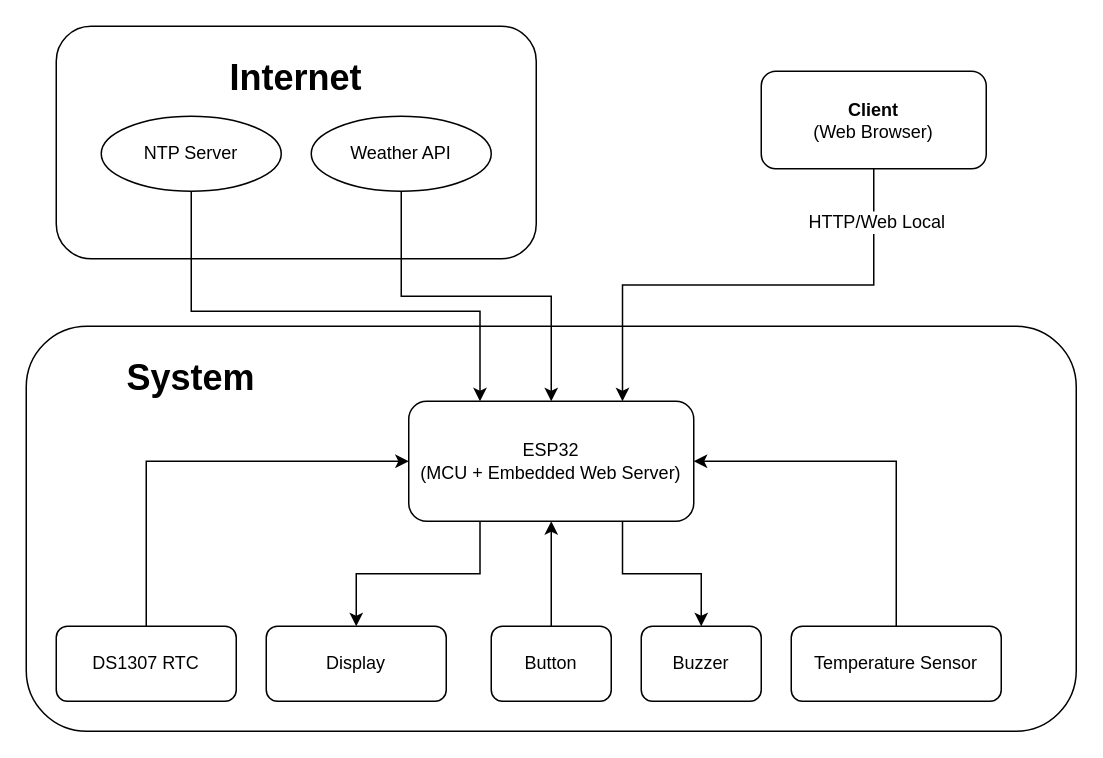
The draw.io diagram docs/block_diagram.drawio in lgdlong/digital-clock-iot-g1, before the edit. Source tidied: cells renumbered, new cells numbered last; positions are measured from the earlier drawing's top-left corner, leaving out a move shared by most shapes. Both pictures are drawn from the tidied source at 150%, with x=0, y=0 at pixel (26, 26).
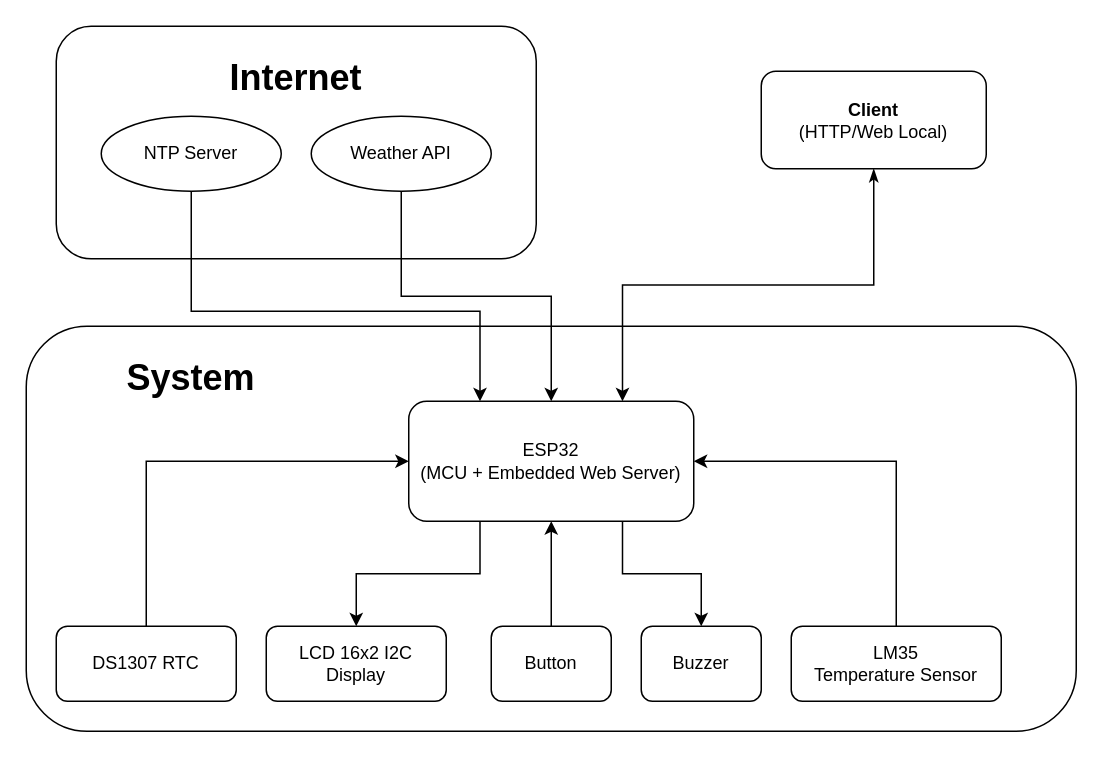
The same diagram, later.

Commit message (it also covers changes not shown here):
Update block diagram version and enhance component labels in documentation

Unchanged cells that the change refers to:
```xml
<mxCell id="6" value="ESP32&lt;br&gt;(MCU + Embedded Web Server)" style="rounded=1;whiteSpace=wrap;html=1;" parent="1" vertex="1">
  <mxGeometry x="255" y="250" width="190" height="80" as="geometry" />
</mxCell>
```

The edit, as a diff of the source:
```diff
@@
-    <mxCell id="10" value="Temperature Sensor" style="rounded=1;whiteSpace=wrap;html=1;" parent="1" vertex="1">
+    <mxCell id="10" value="LM35&lt;br&gt;Temperature Sensor" style="rounded=1;whiteSpace=wrap;html=1;" parent="1" vertex="1">
       <mxGeometry x="510" y="400" width="140" height="50" as="geometry" />
     </mxCell>
-    <mxCell id="11" value="Display" style="rounded=1;whiteSpace=wrap;html=1;" parent="1" vertex="1">
+    <mxCell id="11" value="LCD 16x2 I2C&lt;br&gt;Display" style="rounded=1;whiteSpace=wrap;html=1;" parent="1" vertex="1">
       <mxGeometry x="160" y="400" width="120" height="50" as="geometry" />
     </mxCell>
@@
-    <mxCell id="21" style="edgeStyle=orthogonalEdgeStyle;rounded=0;jettySize=auto;html=1;exitX=0.5;exitY=1;exitDx=0;exitDy=0;entryX=0.75;entryY=0;entryDx=0;entryDy=0;" parent="1" edge="1" source="23" target="6">
+    <mxCell id="21" style="edgeStyle=orthogonalEdgeStyle;rounded=0;jettySize=auto;html=1;exitX=0.5;exitY=1;exitDx=0;exitDy=0;entryX=0.75;entryY=0;entryDx=0;entryDy=0;startArrow=classicThin;startFill=1;" parent="1" edge="1" source="23" target="6">
       <mxGeometry relative="1" as="geometry" />
     </mxCell>
-    <mxCell id="22" value="&lt;font style=&quot;font-size: 12px;&quot;&gt;HTTP/Web Local&lt;/font&gt;" style="edgeLabel;html=1;align=center;verticalAlign=middle;" parent="21" vertex="1">
-      <mxGeometry x="0.05" y="1" relative="1" as="geometry">
-        <mxPoint x="93" y="-43" as="offset" />
-      </mxGeometry>
-    </mxCell>
-    <mxCell id="23" value="&lt;font style=&quot;font-size: 12px;&quot;&gt;&lt;b style=&quot;&quot;&gt;Client&lt;br&gt;&lt;/b&gt;(Web Browser)&lt;/font&gt;" style="rounded=1;whiteSpace=wrap;html=1;" parent="1" vertex="1">
+    <mxCell id="23" value="&lt;font style=&quot;font-size: 12px;&quot;&gt;&lt;b style=&quot;&quot;&gt;Client&lt;br&gt;&lt;/b&gt;(&lt;span style=&quot;text-wrap-mode: nowrap; background-color: rgb(255, 255, 255);&quot;&gt;HTTP/Web Local&lt;/span&gt;)&lt;/font&gt;" style="rounded=1;whiteSpace=wrap;html=1;" parent="1" vertex="1">
       <mxGeometry x="490" y="30" width="150" height="65" as="geometry" />
     </mxCell>
```
